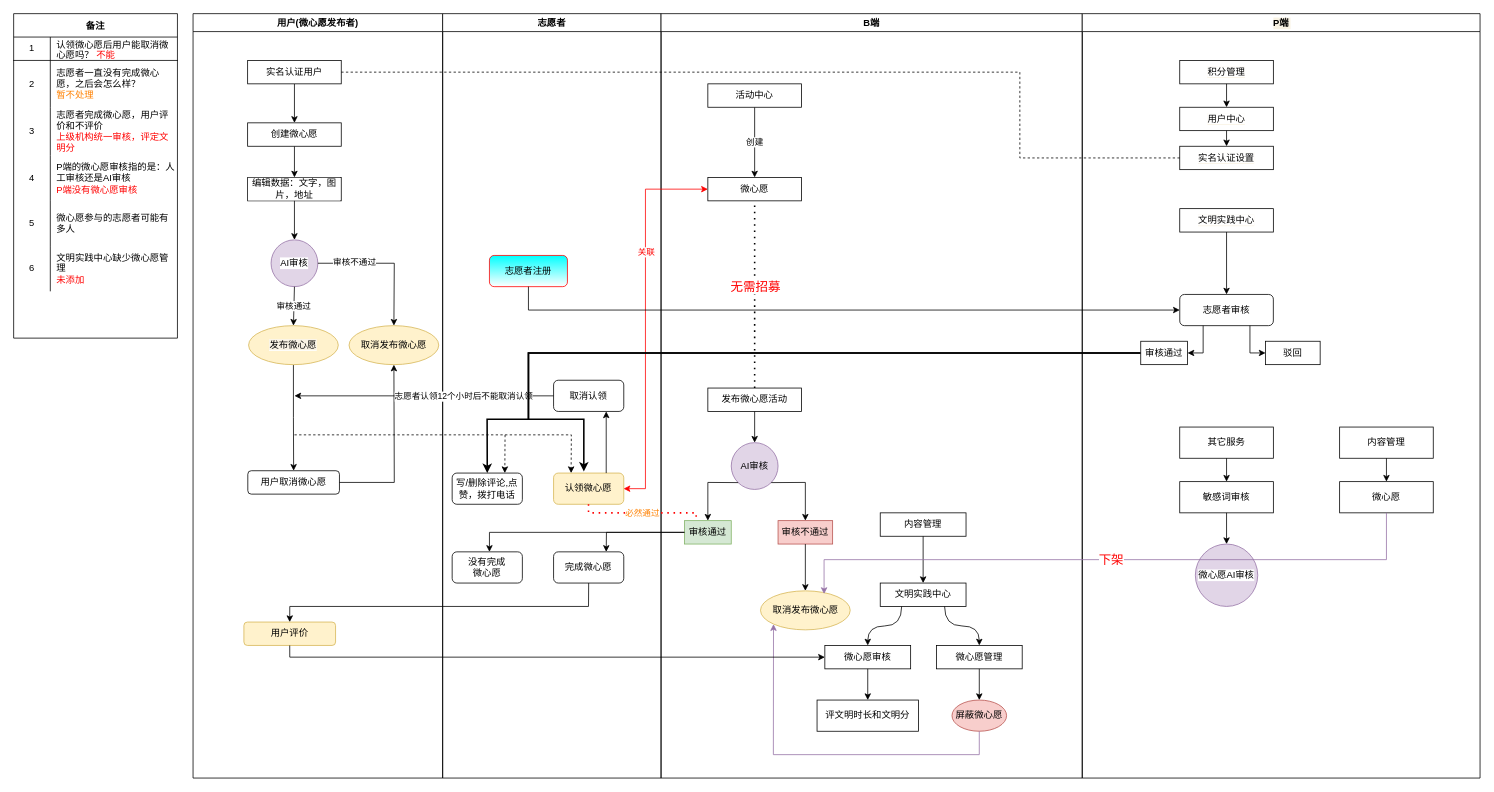
KZ137onethe/hello-world keeps this draw.io diagram as 微心愿改版.drawio. Above is the earlier version. Source tidied: cells renumbered, new cells numbered last; positions are measured from the earlier drawing's top-left corner, leaving out a move shared by most shapes. Both pictures are drawn from the tidied source at 78%, with x=0, y=0 at pixel (13, 13).
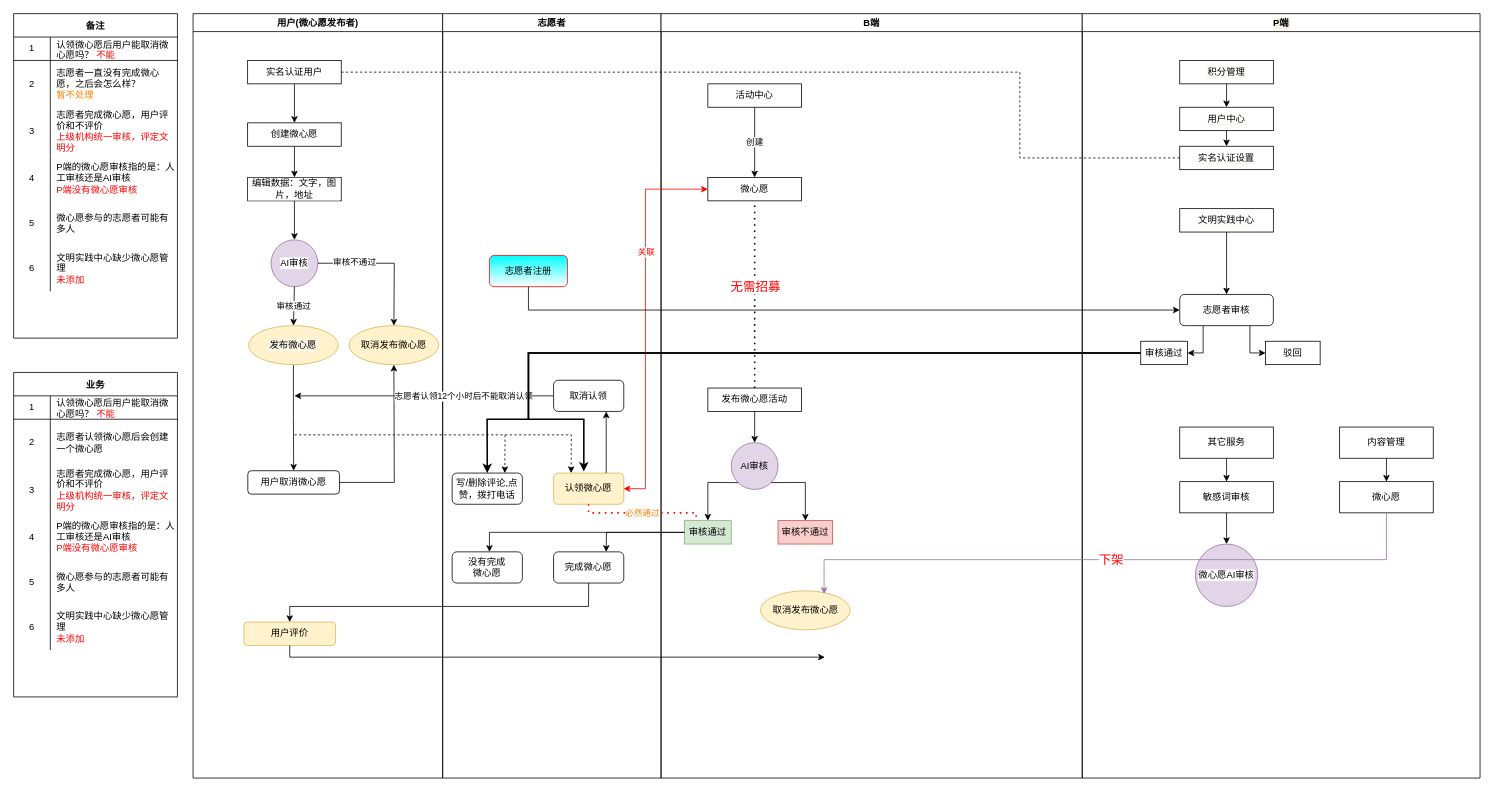
After the change.

Commit message:
更新微心愿改版.drawio

The change refers to these unchanged cells:
```xml
<mxCell id="15" value="用户评价" style="rounded=1;whiteSpace=wrap;html=1;strokeWidth=1;verticalAlign=middle;fillColor=#fff2cc;strokeColor=#d6b656;" parent="2" vertex="1">
  <mxGeometry x="65.2" y="780" width="117.5" height="30" as="geometry" />
</mxCell>
<mxCell id="25" value="B端" style="swimlane;fillColor=default;strokeColor=default;fontColor=default;" parent="1" vertex="1">
  <mxGeometry x="830" width="540" height="980" as="geometry" />
</mxCell>
<mxCell id="36" value="审核不通过" style="rounded=0;whiteSpace=wrap;html=1;fillColor=#f8cecc;strokeColor=#b85450;fontColor=default;" parent="25" vertex="1">
  <mxGeometry x="150" y="650" width="70" height="30" as="geometry" />
</mxCell>
<mxCell id="39" value="取消发布微心愿" style="strokeWidth=1;html=1;shape=mxgraph.flowchart.start_1;whiteSpace=wrap;fillColor=#fff2cc;strokeColor=#d6b656;" parent="25" vertex="1">
  <mxGeometry x="127.5" y="740" width="115" height="50" as="geometry" />
</mxCell>
```

The edit, as a diff of the source:
```diff
@@
-    <mxCell id="37" style="endArrow=classic;html=1;rounded=0;fontSize=11;fontColor=#FF8000;strokeColor=#000000;exitX=0.5;exitY=1;exitDx=0;exitDy=0;entryX=0.5;entryY=0;entryDx=0;entryDy=0;" parent="25" edge="1" source="36">
-      <mxGeometry relative="1" as="geometry">
-        <mxPoint x="185" y="740" as="targetPoint" />
-      </mxGeometry>
-    </mxCell>
@@
-    <mxCell id="40" value="内容管理" style="rounded=0;whiteSpace=wrap;html=1;strokeWidth=1;fillColor=default;strokeColor=default;fontColor=default;" parent="25" vertex="1">
-      <mxGeometry x="281" y="640" width="110" height="30" as="geometry" />
-    </mxCell>
-    <mxCell id="41" value="文明实践中心" style="rounded=0;whiteSpace=wrap;html=1;strokeWidth=1;fillColor=default;strokeColor=default;fontColor=default;" parent="25" vertex="1">
-      <mxGeometry x="281" y="730" width="110" height="30" as="geometry" />
-    </mxCell>
-    <mxCell id="42" style="endArrow=classic;html=1;rounded=0;exitX=0.5;exitY=1;exitDx=0;exitDy=0;fillColor=default;strokeColor=default;fontColor=default;" parent="25" edge="1" source="40" target="41">
-      <mxGeometry relative="1" as="geometry" />
-    </mxCell>
-    <mxCell id="43" value="微心愿审核" style="rounded=0;whiteSpace=wrap;html=1;strokeWidth=1;fillColor=default;strokeColor=default;fontColor=default;" parent="25" vertex="1">
-      <mxGeometry x="210" y="810" width="110" height="30" as="geometry" />
-    </mxCell>
-    <mxCell id="44" style="edgeStyle=orthogonalEdgeStyle;rounded=0;jettySize=auto;html=1;exitX=0.25;exitY=1;exitDx=0;exitDy=0;entryX=0.5;entryY=0;entryDx=0;entryDy=0;fillColor=default;strokeColor=default;fontColor=default;labelBackgroundColor=default;curved=1;" parent="25" edge="1" source="41" target="43">
-      <mxGeometry relative="1" as="geometry" />
-    </mxCell>
-    <mxCell id="45" style="endArrow=classic;html=1;rounded=0;fontSize=11;fontColor=default;strokeColor=default;exitX=0.5;exitY=1;exitDx=0;exitDy=0;fillColor=default;" parent="25" edge="1" source="43">
-      <mxGeometry relative="1" as="geometry">
-        <mxPoint x="265" y="880" as="targetPoint" />
-      </mxGeometry>
-    </mxCell>
-    <mxCell id="46" value="评文明时长和文明分" style="rounded=0;whiteSpace=wrap;html=1;strokeWidth=1;fillColor=default;strokeColor=default;fontColor=default;" parent="25" vertex="1">
-      <mxGeometry x="200" y="880" width="130" height="40" as="geometry" />
-    </mxCell>
-    <mxCell id="47" value="微心愿管理" style="rounded=0;whiteSpace=wrap;html=1;strokeWidth=1;fillColor=default;strokeColor=default;fontColor=default;" parent="25" vertex="1">
-      <mxGeometry x="353" y="810" width="110" height="30" as="geometry" />
-    </mxCell>
-    <mxCell id="48" style="endArrow=classic;html=1;rounded=0;labelBackgroundColor=default;fontColor=default;strokeColor=default;fillColor=default;curved=1;exitX=0.75;exitY=1;exitDx=0;exitDy=0;entryX=0.5;entryY=0;entryDx=0;entryDy=0;edgeStyle=orthogonalEdgeStyle;" parent="25" edge="1" source="41" target="47">
-      <mxGeometry relative="1" as="geometry" />
-    </mxCell>
-    <mxCell id="49" value="屏蔽微心愿" style="ellipse;whiteSpace=wrap;html=1;strokeColor=#b85450;fillColor=#f8cecc;fontColor=default;" parent="25" vertex="1">
-      <mxGeometry x="373" y="880" width="70" height="40" as="geometry" />
-    </mxCell>
-    <mxCell id="50" style="endArrow=classic;html=1;rounded=0;labelBackgroundColor=default;fontColor=default;strokeColor=#9673a6;fillColor=#e1d5e7;exitX=0.5;exitY=1;exitDx=0;exitDy=0;entryX=0.145;entryY=0.855;entryDx=0;entryDy=0;entryPerimeter=0;" parent="25" edge="1" source="49" target="39">
-      <mxGeometry relative="1" as="geometry">
-        <Array as="points">
-          <mxPoint x="408" y="950" />
-          <mxPoint x="144" y="950" />
-        </Array>
-      </mxGeometry>
-    </mxCell>
-    <mxCell id="51" style="endArrow=classic;html=1;rounded=0;labelBackgroundColor=default;fontColor=default;strokeColor=#000000;fillColor=default;exitX=0.5;exitY=1;exitDx=0;exitDy=0;entryX=0.5;entryY=0;entryDx=0;entryDy=0;" parent="25" edge="1" source="47" target="49">
-      <mxGeometry relative="1" as="geometry" />
-    </mxCell>
@@
-    <mxCell id="79" style="endArrow=classic;html=1;rounded=0;fontSize=11;fontColor=#FF8000;exitX=0.5;exitY=1;exitDx=0;exitDy=0;entryX=0;entryY=0.5;entryDx=0;entryDy=0;" parent="1" edge="1" source="15" target="43">
+    <mxCell id="79" style="endArrow=classic;html=1;rounded=0;fontSize=11;fontColor=#FF8000;exitX=0.5;exitY=1;exitDx=0;exitDy=0;entryX=0;entryY=0.5;entryDx=0;entryDy=0;" parent="1" edge="1" source="15">
       <mxGeometry relative="1" as="geometry">
+        <mxPoint x="1040" y="825" as="targetPoint" />
         <Array as="points">
           <mxPoint x="354" y="825" />
         </Array>
       </mxGeometry>
     </mxCell>
@@
+    <mxCell id="110" value="业务" style="shape=table;startSize=30;childLayout=tableLayout;rowLines=0;fontStyle=1;align=center;" parent="1" vertex="1">
+      <mxGeometry y="460" width="210" height="416" as="geometry" />
+    </mxCell>
+    <mxCell id="111" style="shape=partialRectangle;html=1;whiteSpace=wrap;fillColor=none;top=0;left=0;bottom=1;right=0;" parent="110" vertex="1">
+      <mxGeometry y="30" width="210" height="30" as="geometry" />
+    </mxCell>
+    <mxCell id="112" value="1" style="shape=partialRectangle;html=1;whiteSpace=wrap;fillColor=none;top=0;left=0;bottom=0;right=0;overflow=hidden;" parent="111" vertex="1">
+      <mxGeometry width="47" height="30" as="geometry" />
+    </mxCell>
+    <mxCell id="113" value="认领微心愿后用户能取消微心愿吗？ &lt;font color=&quot;#ff0000&quot;&gt;不能&lt;/font&gt;" style="shape=partialRectangle;html=1;whiteSpace=wrap;fillColor=none;top=0;left=0;bottom=0;right=0;align=left;spacingLeft=6;overflow=hidden;" parent="111" vertex="1">
+      <mxGeometry x="47" width="163" height="30" as="geometry" />
+    </mxCell>
+    <mxCell id="114" style="shape=partialRectangle;html=1;whiteSpace=wrap;fillColor=none;top=0;left=0;bottom=0;right=0;" parent="110" vertex="1">
+      <mxGeometry y="60" width="210" height="60" as="geometry" />
+    </mxCell>
+    <mxCell id="115" value="2" style="shape=partialRectangle;html=1;whiteSpace=wrap;fillColor=none;top=0;left=0;bottom=0;right=0;overflow=hidden;" parent="114" vertex="1">
+      <mxGeometry width="47" height="60" as="geometry" />
+    </mxCell>
+    <mxCell id="116" value="志愿者认领微心愿后会创建一个微心愿" style="shape=partialRectangle;html=1;whiteSpace=wrap;fillColor=none;top=0;left=0;bottom=0;right=0;align=left;spacingLeft=6;overflow=hidden;" parent="114" vertex="1">
+      <mxGeometry x="47" width="163" height="60" as="geometry" />
+    </mxCell>
+    <mxCell id="117" style="shape=partialRectangle;html=1;whiteSpace=wrap;fillColor=none;top=0;left=0;bottom=0;right=0;" parent="110" vertex="1">
+      <mxGeometry y="120" width="210" height="62" as="geometry" />
+    </mxCell>
+    <mxCell id="118" value="3" style="shape=partialRectangle;html=1;whiteSpace=wrap;fillColor=none;top=0;left=0;bottom=0;right=0;overflow=hidden;" parent="117" vertex="1">
+      <mxGeometry width="47" height="62" as="geometry" />
+    </mxCell>
+    <mxCell id="119" value="志愿者完成微心愿，用户评价和不评价&lt;br&gt;&lt;font color=&quot;#ff0000&quot;&gt;上级机构统一审核，评定文明分&lt;/font&gt;" style="shape=partialRectangle;html=1;whiteSpace=wrap;fillColor=none;top=0;left=0;bottom=0;right=0;align=left;spacingLeft=6;overflow=hidden;" parent="117" vertex="1">
+      <mxGeometry x="47" width="163" height="62" as="geometry" />
+    </mxCell>
+    <mxCell id="120" style="shape=partialRectangle;html=1;whiteSpace=wrap;fillColor=none;top=0;left=0;bottom=0;right=0;" parent="110" vertex="1">
+      <mxGeometry y="182" width="210" height="58" as="geometry" />
+    </mxCell>
+    <mxCell id="121" value="4" style="shape=partialRectangle;html=1;whiteSpace=wrap;fillColor=none;top=0;left=0;bottom=0;right=0;overflow=hidden;" parent="120" vertex="1">
+      <mxGeometry width="47" height="58" as="geometry" />
+    </mxCell>
+    <mxCell id="122" value="P端的微心愿审核指的是：人工审核还是AI审核&amp;nbsp; &lt;br&gt;&lt;font color=&quot;#ff0000&quot;&gt;P端没有微心愿审核&lt;/font&gt;" style="shape=partialRectangle;html=1;whiteSpace=wrap;fillColor=none;top=0;left=0;bottom=0;right=0;align=left;spacingLeft=6;overflow=hidden;" parent="120" vertex="1">
+      <mxGeometry x="47" width="163" height="58" as="geometry" />
+    </mxCell>
+    <mxCell id="123" style="shape=partialRectangle;html=1;whiteSpace=wrap;fillColor=none;top=0;left=0;bottom=0;right=0;" parent="110" vertex="1">
+      <mxGeometry y="240" width="210" height="58" as="geometry" />
+    </mxCell>
+    <mxCell id="124" value="5" style="shape=partialRectangle;html=1;whiteSpace=wrap;fillColor=none;top=0;left=0;bottom=0;right=0;overflow=hidden;" parent="123" vertex="1">
+      <mxGeometry width="47" height="58" as="geometry" />
+    </mxCell>
+    <mxCell id="125" value="微心愿参与的志愿者可能有多人" style="shape=partialRectangle;html=1;whiteSpace=wrap;fillColor=none;top=0;left=0;bottom=0;right=0;align=left;spacingLeft=6;overflow=hidden;" parent="123" vertex="1">
+      <mxGeometry x="47" width="163" height="58" as="geometry" />
+    </mxCell>
+    <mxCell id="126" style="shape=partialRectangle;html=1;whiteSpace=wrap;fillColor=none;top=0;left=0;bottom=0;right=0;" parent="110" vertex="1">
+      <mxGeometry y="298" width="210" height="58" as="geometry" />
+    </mxCell>
+    <mxCell id="127" value="6" style="shape=partialRectangle;html=1;whiteSpace=wrap;fillColor=none;top=0;left=0;bottom=0;right=0;overflow=hidden;" parent="126" vertex="1">
+      <mxGeometry width="47" height="58" as="geometry" />
+    </mxCell>
+    <mxCell id="128" value="文明实践中心缺少微心愿管理&lt;br&gt;&lt;font color=&quot;#ff0000&quot;&gt;未添加&lt;/font&gt;" style="shape=partialRectangle;html=1;whiteSpace=wrap;fillColor=none;top=0;left=0;bottom=0;right=0;align=left;spacingLeft=6;overflow=hidden;" parent="126" vertex="1">
+      <mxGeometry x="47" width="163" height="58" as="geometry" />
+    </mxCell>
```
